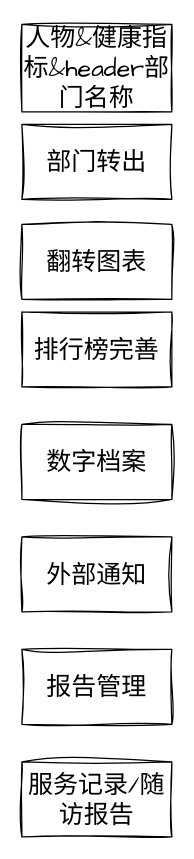
gthdweb/tata keeps this draw.io diagram as 未命名绘图.drawio. Above is the earlier version. Source tidied: cells renumbered, new cells numbered last; positions are measured from the earlier drawing's top-left corner, leaving out a move shared by most shapes. Both pictures are drawn from the tidied source at 125%, with x=0, y=0 at pixel (21, 24).
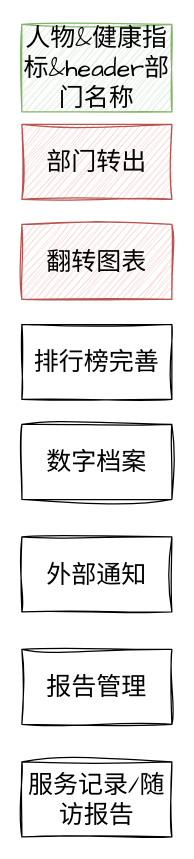
The same page after the edit.

Commit message:
更新未命名绘图.drawio

What changed in the source:
```diff
@@
 <mxGraphModel>
   <root>
     <mxCell id="0" />
     <mxCell id="1" parent="0" />
     <mxCell id="2" value="服务记录/随访报告" style="rounded=0;whiteSpace=wrap;html=1;sketch=1;hachureGap=4;jiggle=2;curveFitting=1;fontFamily=Architects Daughter;fontSize=20;" parent="1" vertex="1">
       <mxGeometry y="590" width="120" height="60" as="geometry" />
     </mxCell>
-    <mxCell id="3" value="部门转出" style="rounded=0;whiteSpace=wrap;html=1;sketch=1;hachureGap=4;jiggle=2;curveFitting=1;fontFamily=Architects Daughter;fontSize=20;" parent="1" vertex="1">
+    <mxCell id="3" value="部门转出" style="rounded=0;whiteSpace=wrap;html=1;sketch=1;hachureGap=4;jiggle=2;curveFitting=1;fontFamily=Architects Daughter;fontSize=20;fillColor=#f8cecc;strokeColor=#b85450;" parent="1" vertex="1">
       <mxGeometry y="80" width="120" height="60" as="geometry" />
     </mxCell>
-    <mxCell id="4" value="人物&amp;amp;健康指标&amp;amp;header部门名称" style="rounded=0;whiteSpace=wrap;html=1;sketch=1;hachureGap=4;jiggle=2;curveFitting=1;fontFamily=Architects Daughter;fontSize=20;" parent="1" vertex="1">
+    <mxCell id="4" value="人物&amp;amp;健康指标&amp;amp;header部门名称" style="rounded=0;whiteSpace=wrap;html=1;sketch=1;hachureGap=4;jiggle=2;curveFitting=1;fontFamily=Architects Daughter;fontSize=20;fillColor=#d5e8d4;strokeColor=#82b366;" parent="1" vertex="1">
       <mxGeometry width="120" height="70" as="geometry" />
     </mxCell>
     <mxCell id="5" value="外部通知" style="rounded=0;whiteSpace=wrap;html=1;sketch=1;hachureGap=4;jiggle=2;curveFitting=1;fontFamily=Architects Daughter;fontSize=20;" parent="1" vertex="1">
       <mxGeometry y="410" width="120" height="60" as="geometry" />
     </mxCell>
     <mxCell id="6" value="报告管理" style="rounded=0;whiteSpace=wrap;html=1;sketch=1;hachureGap=4;jiggle=2;curveFitting=1;fontFamily=Architects Daughter;fontSize=20;" parent="1" vertex="1">
       <mxGeometry y="500" width="120" height="60" as="geometry" />
     </mxCell>
-    <mxCell id="7" value="翻转图表" style="rounded=0;whiteSpace=wrap;html=1;sketch=1;hachureGap=4;jiggle=2;curveFitting=1;fontFamily=Architects Daughter;fontSize=20;" parent="1" vertex="1">
+    <mxCell id="7" value="翻转图表" style="rounded=0;whiteSpace=wrap;html=1;sketch=1;hachureGap=4;jiggle=2;curveFitting=1;fontFamily=Architects Daughter;fontSize=20;fillColor=#f8cecc;strokeColor=#b85450;" parent="1" vertex="1">
       <mxGeometry y="160" width="120" height="60" as="geometry" />
     </mxCell>
     <mxCell id="8" value="排行榜完善" style="rounded=0;whiteSpace=wrap;html=1;sketch=1;hachureGap=4;jiggle=2;curveFitting=1;fontFamily=Architects Daughter;fontSize=20;" parent="1" vertex="1">
-      <mxGeometry y="230" width="120" height="60" as="geometry" />
+      <mxGeometry y="240" width="120" height="60" as="geometry" />
     </mxCell>
     <mxCell id="9" value="数字档案" style="rounded=0;whiteSpace=wrap;html=1;sketch=1;hachureGap=4;jiggle=2;curveFitting=1;fontFamily=Architects Daughter;fontSize=20;" parent="1" vertex="1">
       <mxGeometry y="320" width="120" height="60" as="geometry" />
     </mxCell>
   </root>
 </mxGraphModel>
```
